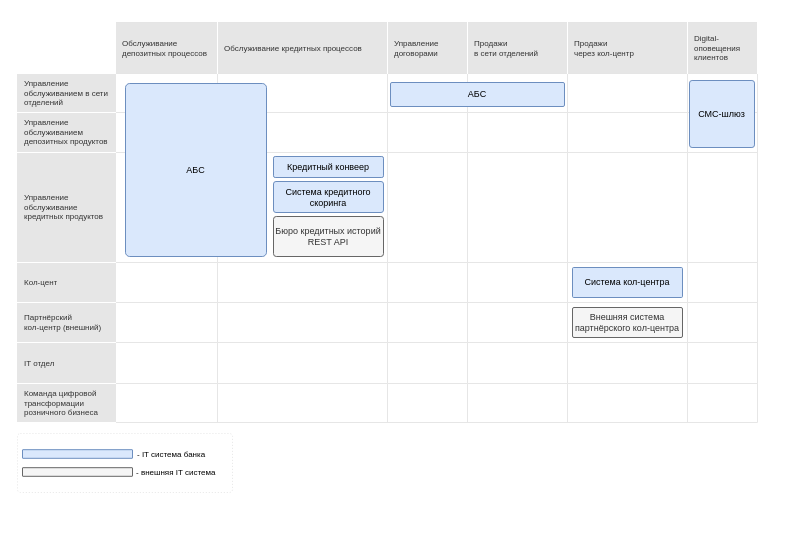
afakhrieva/architecture-pro-standart keeps this draw.io diagram as page "Карта IT-ландшафта" (1 of 3) of Task1/drawio/Task1.drawio. Above is the earlier version. Source tidied: cells renumbered, new cells numbered last; positions are measured from the earlier drawing's top-left corner, leaving out a move shared by most shapes. Both pictures are drawn from the tidied source at 100%, with x=0, y=0 at pixel (17, 22).
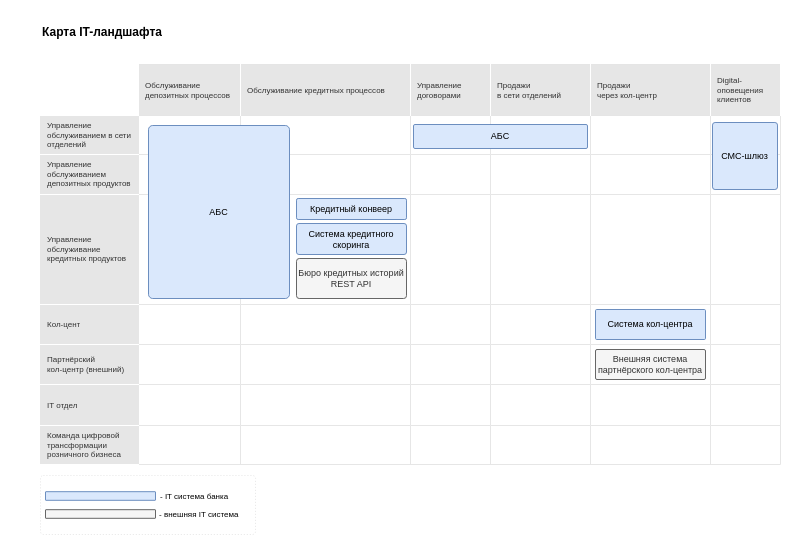
Above is the later version.

Diff of the diagram source:
```diff
@@
+    <mxCell id="81" style="group;" parent="1" vertex="1">
+      <mxGeometry x="23" y="42" width="740" height="470" as="geometry" />
+    </mxCell>
-    <mxCell id="2" style="shape=table;startSize=0;childLayout=tableLayout;strokeColor=#E6E6E6;rounded=0;gradientColor=none;swimlaneFillColor=#E6E6E6;autosizeText=1;whiteSpace=wrap;html=1;rowLines=1;columnLines=1;strokeWidth=1;perimeterSpacing=1;" parent="1" vertex="1">
+    <mxCell id="2" style="shape=table;startSize=0;childLayout=tableLayout;strokeColor=#E6E6E6;rounded=0;gradientColor=none;swimlaneFillColor=#E6E6E6;autosizeText=1;whiteSpace=wrap;html=1;rowLines=1;columnLines=1;strokeWidth=1;perimeterSpacing=1;" parent="81" vertex="1">
       <mxGeometry width="740" height="400" as="geometry" />
     </mxCell>
@@
-    <mxCell id="67" value="Система кол-центра" style="rounded=1;fontSize=9;strokeColor=#6c8ebf;fillColor=#dae8fc;whiteSpace=wrap;arcSize=4;" parent="1" vertex="1">
+    <mxCell id="67" value="Система кол-центра" style="rounded=1;fontSize=9;strokeColor=#6c8ebf;fillColor=#dae8fc;whiteSpace=wrap;arcSize=4;" parent="81" vertex="1">
       <mxGeometry x="555" y="245" width="110" height="30" as="geometry" />
     </mxCell>
-    <mxCell id="68" value="АБС" style="rounded=1;fontSize=9;strokeColor=#6c8ebf;fillColor=#dae8fc;whiteSpace=wrap;arcSize=3;" parent="1" vertex="1">
+    <mxCell id="68" value="АБС" style="rounded=1;fontSize=9;strokeColor=#6c8ebf;fillColor=#dae8fc;whiteSpace=wrap;arcSize=3;" parent="81" vertex="1">
       <mxGeometry x="108" y="61" width="141" height="173" as="geometry" />
     </mxCell>
-    <mxCell id="69" value="Внешняя система партнёрского кол-центра" style="rounded=1;fontSize=9;strokeColor=#666666;fillColor=#f5f5f5;whiteSpace=wrap;fontColor=#333333;arcSize=5;" parent="1" vertex="1">
+    <mxCell id="69" value="Внешняя система партнёрского кол-центра" style="rounded=1;fontSize=9;strokeColor=#666666;fillColor=#f5f5f5;whiteSpace=wrap;fontColor=#333333;arcSize=5;" parent="81" vertex="1">
       <mxGeometry x="555" y="285" width="110" height="30" as="geometry" />
     </mxCell>
-    <mxCell id="70" value="СМС-шлюз" style="rounded=1;fontSize=9;strokeColor=#6c8ebf;fillColor=#dae8fc;whiteSpace=wrap;arcSize=4;" parent="1" vertex="1">
+    <mxCell id="70" value="СМС-шлюз" style="rounded=1;fontSize=9;strokeColor=#6c8ebf;fillColor=#dae8fc;whiteSpace=wrap;arcSize=4;" parent="81" vertex="1">
       <mxGeometry x="672" y="58" width="65" height="67" as="geometry" />
     </mxCell>
-    <mxCell id="71" value="АБС" style="rounded=1;fontSize=9;strokeColor=#6c8ebf;fillColor=#dae8fc;whiteSpace=wrap;arcSize=6;" parent="1" vertex="1">
+    <mxCell id="71" value="АБС" style="rounded=1;fontSize=9;strokeColor=#6c8ebf;fillColor=#dae8fc;whiteSpace=wrap;arcSize=6;" parent="81" vertex="1">
       <mxGeometry x="373" y="60" width="174" height="24" as="geometry" />
     </mxCell>
-    <mxCell id="72" value="Кредитный конвеер" style="rounded=1;fontSize=9;strokeColor=#6c8ebf;fillColor=#dae8fc;whiteSpace=wrap;arcSize=8;" parent="1" vertex="1">
+    <mxCell id="72" value="Кредитный конвеер" style="rounded=1;fontSize=9;strokeColor=#6c8ebf;fillColor=#dae8fc;whiteSpace=wrap;arcSize=8;" parent="81" vertex="1">
       <mxGeometry x="256" y="134" width="110" height="21" as="geometry" />
     </mxCell>
-    <mxCell id="73" value="Система кредитного скоринга" style="rounded=1;fontSize=9;strokeColor=#6c8ebf;fillColor=#dae8fc;whiteSpace=wrap;arcSize=8;" parent="1" vertex="1">
+    <mxCell id="73" value="Система кредитного скоринга" style="rounded=1;fontSize=9;strokeColor=#6c8ebf;fillColor=#dae8fc;whiteSpace=wrap;arcSize=8;" parent="81" vertex="1">
       <mxGeometry x="256" y="159" width="110" height="31" as="geometry" />
     </mxCell>
-    <mxCell id="74" value="Бюро кредитных историй&#10;REST API" style="rounded=1;fontSize=9;strokeColor=#666666;fillColor=#f5f5f5;whiteSpace=wrap;fontColor=#333333;arcSize=7;" parent="1" vertex="1">
+    <mxCell id="74" value="Бюро кредитных историй&#10;REST API" style="rounded=1;fontSize=9;strokeColor=#666666;fillColor=#f5f5f5;whiteSpace=wrap;fontColor=#333333;arcSize=7;" parent="81" vertex="1">
       <mxGeometry x="256" y="194" width="110" height="40" as="geometry" />
     </mxCell>
-    <mxCell id="75" style="group;" parent="1" vertex="1">
+    <mxCell id="75" style="group;" parent="81" vertex="1">
       <mxGeometry y="411" width="237.5" height="59" as="geometry" />
     </mxCell>
@@
+    <mxCell id="82" value="&lt;b&gt;Карта IT-ландшафта&lt;/b&gt;" style="text;html=1;whiteSpace=wrap;strokeColor=none;fillColor=none;align=left;verticalAlign=middle;rounded=0;" parent="1" vertex="1">
+      <mxGeometry x="23" y="-5" width="304" height="30" as="geometry" />
+    </mxCell>
```
